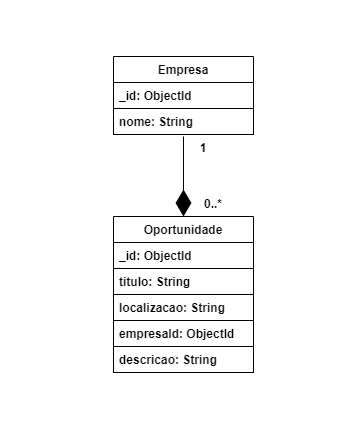
FatecFranca/DSM-G01-PI3-2024-2 keeps this draw.io diagram as docs/NoAM.png. Above is the earlier version. Source tidied: cells renumbered, new cells last; positions are measured from the earlier drawing's top-left corner, leaving out a move shared by most shapes.
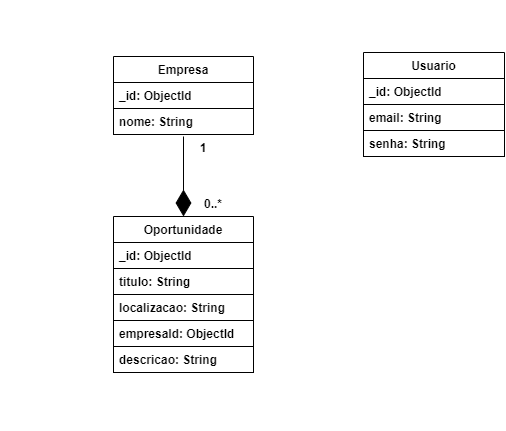
The same file after the commit.

The edit, as a diff of the source:
```diff
@@ -43,5 +43,17 @@
     <mxCell id="14" value="1" style="text;align=center;fontStyle=1;verticalAlign=middle;spacingLeft=3;spacingRight=3;strokeColor=none;fontColor=#000000;" parent="1" vertex="1">
       <mxGeometry x="163" y="134" width="80" height="26" as="geometry" />
     </mxCell>
+    <mxCell id="15" value="Usuario" style="swimlane;fontStyle=1;horizontal=1;startSize=26;fillColor=none;fontColor=#000000;strokeColor=#000000;" parent="1" vertex="1">
+      <mxGeometry x="363" y="52" width="141" height="104" as="geometry" />
+    </mxCell>
+    <mxCell id="16" value="_id: ObjectId" style="text;strokeColor=#000000;fillColor=none;align=left;verticalAlign=top;spacingLeft=4;spacingRight=4;overflow=hidden;fontColor=#000000;fontStyle=1;" parent="15" vertex="1">
+      <mxGeometry y="26" width="141" height="26" as="geometry" />
+    </mxCell>
+    <mxCell id="17" value="email: String" style="text;strokeColor=#000000;fillColor=none;align=left;verticalAlign=top;spacingLeft=4;spacingRight=4;overflow=hidden;fontColor=#000000;fontStyle=1;" parent="15" vertex="1">
+      <mxGeometry y="52" width="141" height="26" as="geometry" />
+    </mxCell>
+    <mxCell id="18" value="senha: String" style="text;strokeColor=#000000;fillColor=none;align=left;verticalAlign=top;spacingLeft=4;spacingRight=4;overflow=hidden;fontColor=#000000;fontStyle=1;" parent="15" vertex="1">
+      <mxGeometry y="78" width="141" height="26" as="geometry" />
+    </mxCell>
   </root>
 </mxGraphModel>
```
